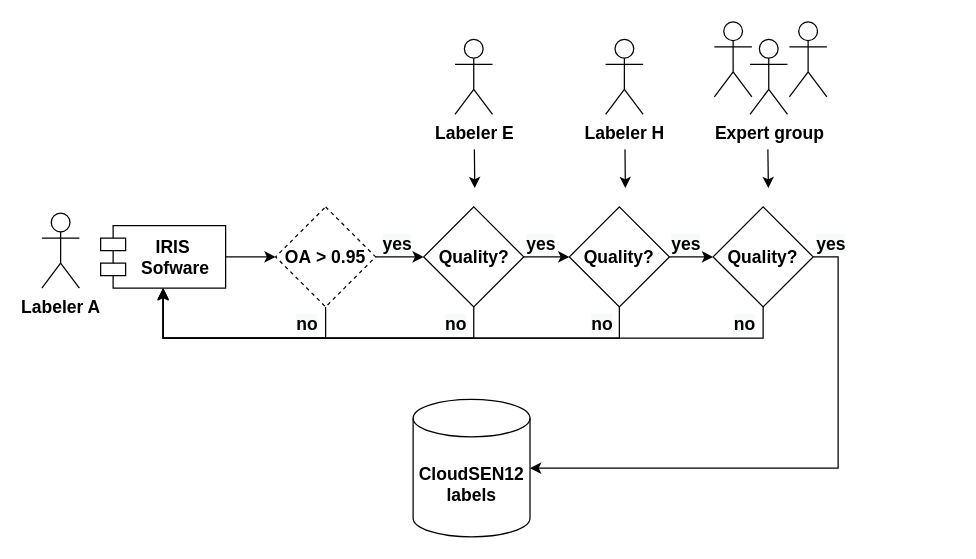
Before: figure08/figure08.drawio in cloudsen12/figures, a draw.io diagram. Source tidied: cells renumbered, new cells numbered last; positions are measured from the earlier drawing's top-left corner, leaving out a move shared by most shapes. Both pictures are drawn from the tidied source at 125%, with x=0, y=0 at pixel (41, 21).
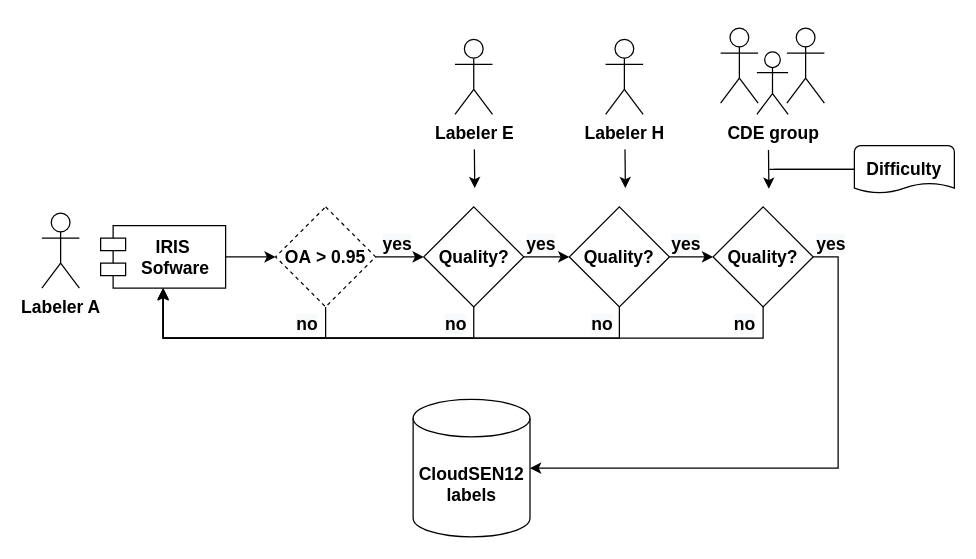
The same page after the edit.

The edit, as a diff of the source:
```diff
@@
-    <mxCell id="9" value="&lt;font style=&quot;font-size: 14px&quot;&gt;Expert group&lt;/font&gt;" style="shape=umlActor;verticalLabelPosition=bottom;verticalAlign=top;html=1;fontStyle=1;" parent="1" vertex="1">
-      <mxGeometry x="566.5" y="14" width="30" height="60" as="geometry" />
+    <mxCell id="9" value="&lt;font style=&quot;font-size: 14px&quot;&gt;CDE group&lt;/font&gt;" style="shape=umlActor;verticalLabelPosition=bottom;verticalAlign=top;html=1;fontStyle=1;" parent="1" vertex="1">
+      <mxGeometry x="572" y="24" width="25" height="50" as="geometry" />
     </mxCell>
     <mxCell id="10" style="shape=umlActor;verticalLabelPosition=bottom;verticalAlign=top;html=1;" parent="1" vertex="1">
-      <mxGeometry x="538" width="30" height="60" as="geometry" />
+      <mxGeometry x="543" y="5" width="30" height="60" as="geometry" />
     </mxCell>
     <mxCell id="11" style="shape=umlActor;verticalLabelPosition=bottom;verticalAlign=top;html=1;" parent="1" vertex="1">
-      <mxGeometry x="598" width="30" height="60" as="geometry" />
+      <mxGeometry x="596" y="5" width="30" height="60" as="geometry" />
     </mxCell>
@@
     <mxCell id="31" style="edgeStyle=orthogonalEdgeStyle;rounded=0;orthogonalLoop=1;jettySize=auto;html=1;" parent="1" edge="1">
       <mxGeometry relative="1" as="geometry">
-        <mxPoint x="580.8" y="102" as="sourcePoint" />
-        <mxPoint x="581.2" y="133" as="targetPoint" />
+        <mxPoint x="581.3" y="102.5" as="sourcePoint" />
+        <mxPoint x="581.6" y="133.5" as="targetPoint" />
       </mxGeometry>
     </mxCell>
@@
+    <mxCell id="34" value="&lt;b&gt;&lt;font style=&quot;font-size: 14px&quot;&gt;Difficulty&lt;/font&gt;&lt;/b&gt;" style="strokeWidth=1;html=1;shape=mxgraph.flowchart.document2;whiteSpace=wrap;size=0.21052631578947442;" parent="1" vertex="1">
+      <mxGeometry x="650" y="99" width="80" height="38" as="geometry" />
+    </mxCell>
+    <mxCell id="35" style="edgeStyle=orthogonalEdgeStyle;rounded=0;jettySize=auto;html=1;exitX=0;exitY=0.5;exitDx=0;exitDy=0;exitPerimeter=0;strokeColor=none;" parent="1" edge="1" source="34">
+      <mxGeometry relative="1" as="geometry">
+        <mxPoint x="577" y="130" as="targetPoint" />
+        <Array as="points">
+          <mxPoint x="582" y="118" />
+          <mxPoint x="582" y="130" />
+        </Array>
+      </mxGeometry>
+    </mxCell>
+    <mxCell id="36" style="endArrow=none;html=1;entryX=0;entryY=0.5;entryDx=0;entryDy=0;entryPerimeter=0;" parent="1" edge="1" target="34">
+      <mxGeometry relative="1" as="geometry">
+        <mxPoint x="586" y="118" as="sourcePoint" />
+      </mxGeometry>
+    </mxCell>
+    <mxCell id="37" style="endArrow=none;html=1;entryX=0;entryY=0.5;entryDx=0;entryDy=0;entryPerimeter=0;" parent="1" edge="1" target="34">
+      <mxGeometry relative="1" as="geometry">
+        <mxPoint x="582" y="118" as="sourcePoint" />
+      </mxGeometry>
+    </mxCell>
```
